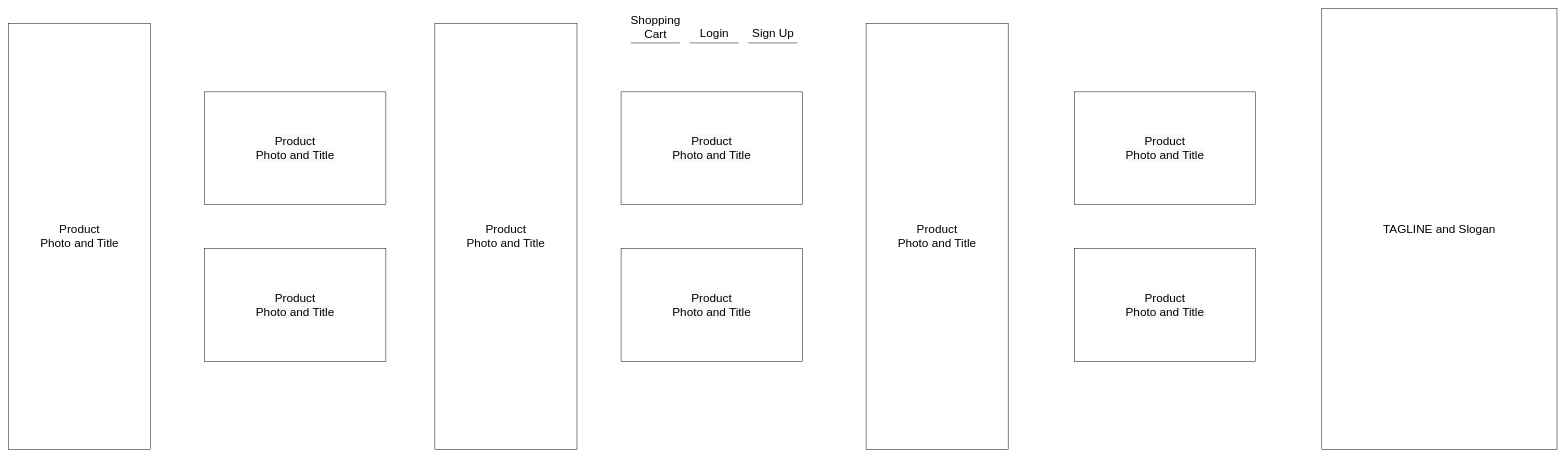
The draw.io diagram wireframe/9WalkingTrailsWireframe.drawio in timven2004/letsHike, before the edit. Source tidied: cells renumbered, new cells numbered last; positions are measured from the earlier drawing's top-left corner, leaving out a move shared by most shapes. Both pictures are drawn from the tidied source at 49%, with x=0, y=0 at pixel (8, 8).
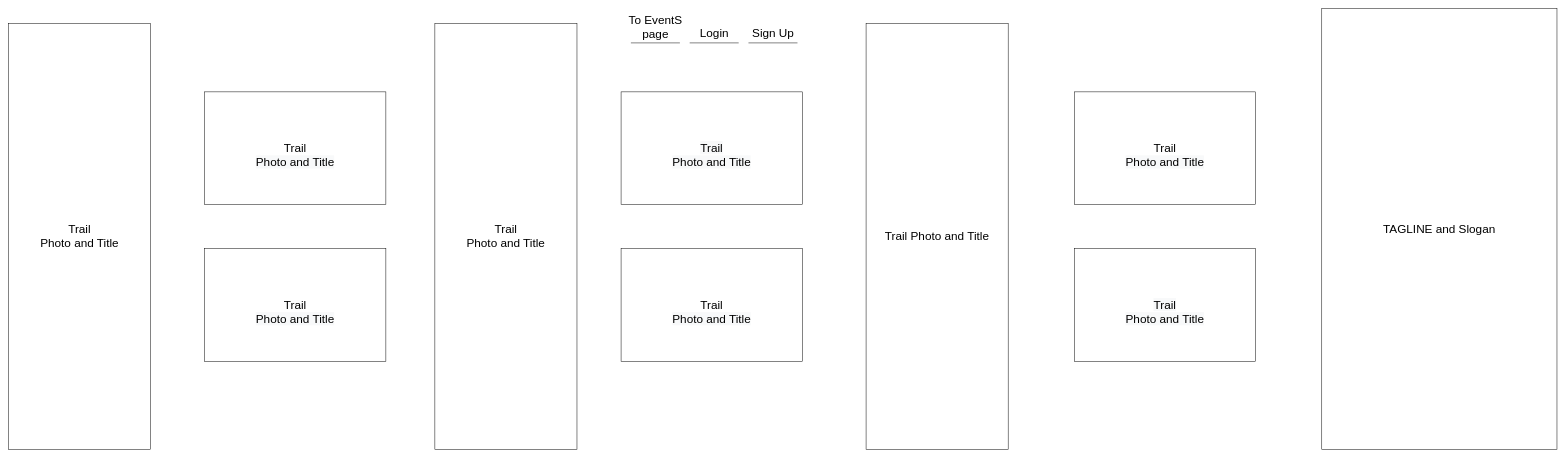
The same diagram, later.

Commit message (it also covers changes not shown here):
Usre Profile wireframe

Unchanged cells that the change refers to:
```xml
<mxCell id="14" style="endArrow=none;html=1;" parent="1" edge="1">
  <mxGeometry relative="1" as="geometry">
    <mxPoint x="1270" y="70" as="sourcePoint" />
    <mxPoint x="1370" y="70" as="targetPoint" />
  </mxGeometry>
</mxCell>
```

What changed in the source:
```diff
@@
-    <mxCell id="2" value="&lt;font style=&quot;font-size: 24px&quot;&gt;Product&lt;br&gt;Photo and Title&lt;/font&gt;" style="rounded=0;whiteSpace=wrap;html=1;" parent="1" vertex="1">
+    <mxCell id="2" value="&lt;font style=&quot;font-size: 24px&quot;&gt;Trail&lt;br&gt;Photo and Title&lt;/font&gt;" style="rounded=0;whiteSpace=wrap;html=1;" parent="1" vertex="1">
       <mxGeometry y="30" width="290" height="870" as="geometry" />
     </mxCell>
-    <mxCell id="3" value="&#10;&#10;&lt;span style=&quot;color: rgb(0, 0, 0); font-family: helvetica; font-size: 24px; font-style: normal; font-weight: 400; letter-spacing: normal; text-align: center; text-indent: 0px; text-transform: none; word-spacing: 0px; background-color: rgb(248, 249, 250); display: inline; float: none;&quot;&gt;Product&lt;/span&gt;&lt;br style=&quot;color: rgb(0, 0, 0); font-family: helvetica; font-size: 24px; font-style: normal; font-weight: 400; letter-spacing: normal; text-align: center; text-indent: 0px; text-transform: none; word-spacing: 0px; background-color: rgb(248, 249, 250);&quot;&gt;&lt;span style=&quot;color: rgb(0, 0, 0); font-family: helvetica; font-size: 24px; font-style: normal; font-weight: 400; letter-spacing: normal; text-align: center; text-indent: 0px; text-transform: none; word-spacing: 0px; background-color: rgb(248, 249, 250); display: inline; float: none;&quot;&gt;Photo and Title&lt;/span&gt;&#10;&#10;" style="rounded=0;whiteSpace=wrap;html=1;" parent="1" vertex="1">
+    <mxCell id="3" value="&lt;br&gt;&lt;br&gt;&lt;font face=&quot;helvetica&quot;&gt;&lt;span style=&quot;font-size: 24px&quot;&gt;Trail&lt;/span&gt;&lt;/font&gt;&lt;br style=&quot;color: rgb(0 , 0 , 0) ; font-family: &amp;#34;helvetica&amp;#34; ; font-size: 24px ; font-style: normal ; font-weight: 400 ; letter-spacing: normal ; text-align: center ; text-indent: 0px ; text-transform: none ; word-spacing: 0px ; background-color: rgb(248 , 249 , 250)&quot;&gt;&lt;span style=&quot;color: rgb(0 , 0 , 0) ; font-family: &amp;#34;helvetica&amp;#34; ; font-size: 24px ; font-style: normal ; font-weight: 400 ; letter-spacing: normal ; text-align: center ; text-indent: 0px ; text-transform: none ; word-spacing: 0px ; background-color: rgb(248 , 249 , 250) ; display: inline ; float: none&quot;&gt;Photo and Title&lt;/span&gt;&lt;br&gt;" style="rounded=0;whiteSpace=wrap;html=1;" parent="1" vertex="1">
       <mxGeometry x="400" y="170" width="370" height="230" as="geometry" />
     </mxCell>
-    <mxCell id="4" value="&#10;&#10;&lt;span style=&quot;color: rgb(0, 0, 0); font-family: helvetica; font-size: 24px; font-style: normal; font-weight: 400; letter-spacing: normal; text-align: center; text-indent: 0px; text-transform: none; word-spacing: 0px; background-color: rgb(248, 249, 250); display: inline; float: none;&quot;&gt;Product&lt;/span&gt;&lt;br style=&quot;color: rgb(0, 0, 0); font-family: helvetica; font-size: 24px; font-style: normal; font-weight: 400; letter-spacing: normal; text-align: center; text-indent: 0px; text-transform: none; word-spacing: 0px; background-color: rgb(248, 249, 250);&quot;&gt;&lt;span style=&quot;color: rgb(0, 0, 0); font-family: helvetica; font-size: 24px; font-style: normal; font-weight: 400; letter-spacing: normal; text-align: center; text-indent: 0px; text-transform: none; word-spacing: 0px; background-color: rgb(248, 249, 250); display: inline; float: none;&quot;&gt;Photo and Title&lt;/span&gt;&#10;&#10;" style="rounded=0;whiteSpace=wrap;html=1;" parent="1" vertex="1">
+    <mxCell id="4" value="&lt;br&gt;&lt;br&gt;&lt;font face=&quot;helvetica&quot;&gt;&lt;span style=&quot;font-size: 24px&quot;&gt;Trail&lt;/span&gt;&lt;/font&gt;&lt;br style=&quot;color: rgb(0 , 0 , 0) ; font-family: &amp;#34;helvetica&amp;#34; ; font-size: 24px ; font-style: normal ; font-weight: 400 ; letter-spacing: normal ; text-align: center ; text-indent: 0px ; text-transform: none ; word-spacing: 0px ; background-color: rgb(248 , 249 , 250)&quot;&gt;&lt;span style=&quot;color: rgb(0 , 0 , 0) ; font-family: &amp;#34;helvetica&amp;#34; ; font-size: 24px ; font-style: normal ; font-weight: 400 ; letter-spacing: normal ; text-align: center ; text-indent: 0px ; text-transform: none ; word-spacing: 0px ; background-color: rgb(248 , 249 , 250) ; display: inline ; float: none&quot;&gt;Photo and Title&lt;/span&gt;&lt;br&gt;" style="rounded=0;whiteSpace=wrap;html=1;" parent="1" vertex="1">
       <mxGeometry x="400" y="490" width="370" height="230" as="geometry" />
     </mxCell>
-    <mxCell id="5" value="&lt;font style=&quot;font-size: 24px&quot;&gt;Product&lt;br&gt;Photo and Title&lt;/font&gt;" style="rounded=0;whiteSpace=wrap;html=1;" parent="1" vertex="1">
+    <mxCell id="5" value="&lt;font style=&quot;font-size: 24px&quot;&gt;Trail&lt;br&gt;Photo and Title&lt;/font&gt;" style="rounded=0;whiteSpace=wrap;html=1;" parent="1" vertex="1">
       <mxGeometry x="870" y="30" width="290" height="870" as="geometry" />
     </mxCell>
-    <mxCell id="6" value="&#10;&#10;&lt;span style=&quot;color: rgb(0, 0, 0); font-family: helvetica; font-size: 24px; font-style: normal; font-weight: 400; letter-spacing: normal; text-align: center; text-indent: 0px; text-transform: none; word-spacing: 0px; background-color: rgb(248, 249, 250); display: inline; float: none;&quot;&gt;Product&lt;/span&gt;&lt;br style=&quot;color: rgb(0, 0, 0); font-family: helvetica; font-size: 24px; font-style: normal; font-weight: 400; letter-spacing: normal; text-align: center; text-indent: 0px; text-transform: none; word-spacing: 0px; background-color: rgb(248, 249, 250);&quot;&gt;&lt;span style=&quot;color: rgb(0, 0, 0); font-family: helvetica; font-size: 24px; font-style: normal; font-weight: 400; letter-spacing: normal; text-align: center; text-indent: 0px; text-transform: none; word-spacing: 0px; background-color: rgb(248, 249, 250); display: inline; float: none;&quot;&gt;Photo and Title&lt;/span&gt;&#10;&#10;" style="rounded=0;whiteSpace=wrap;html=1;" parent="1" vertex="1">
+    <mxCell id="6" value="&lt;br&gt;&lt;br&gt;&lt;font face=&quot;helvetica&quot;&gt;&lt;span style=&quot;font-size: 24px&quot;&gt;Trail&lt;/span&gt;&lt;/font&gt;&lt;br style=&quot;color: rgb(0 , 0 , 0) ; font-family: &amp;#34;helvetica&amp;#34; ; font-size: 24px ; font-style: normal ; font-weight: 400 ; letter-spacing: normal ; text-align: center ; text-indent: 0px ; text-transform: none ; word-spacing: 0px ; background-color: rgb(248 , 249 , 250)&quot;&gt;&lt;span style=&quot;color: rgb(0 , 0 , 0) ; font-family: &amp;#34;helvetica&amp;#34; ; font-size: 24px ; font-style: normal ; font-weight: 400 ; letter-spacing: normal ; text-align: center ; text-indent: 0px ; text-transform: none ; word-spacing: 0px ; background-color: rgb(248 , 249 , 250) ; display: inline ; float: none&quot;&gt;Photo and Title&lt;/span&gt;&lt;br&gt;" style="rounded=0;whiteSpace=wrap;html=1;" parent="1" vertex="1">
       <mxGeometry x="1250" y="490" width="370" height="230" as="geometry" />
     </mxCell>
-    <mxCell id="7" value="&#10;&#10;&lt;span style=&quot;color: rgb(0, 0, 0); font-family: helvetica; font-size: 24px; font-style: normal; font-weight: 400; letter-spacing: normal; text-align: center; text-indent: 0px; text-transform: none; word-spacing: 0px; background-color: rgb(248, 249, 250); display: inline; float: none;&quot;&gt;Product&lt;/span&gt;&lt;br style=&quot;color: rgb(0, 0, 0); font-family: helvetica; font-size: 24px; font-style: normal; font-weight: 400; letter-spacing: normal; text-align: center; text-indent: 0px; text-transform: none; word-spacing: 0px; background-color: rgb(248, 249, 250);&quot;&gt;&lt;span style=&quot;color: rgb(0, 0, 0); font-family: helvetica; font-size: 24px; font-style: normal; font-weight: 400; letter-spacing: normal; text-align: center; text-indent: 0px; text-transform: none; word-spacing: 0px; background-color: rgb(248, 249, 250); display: inline; float: none;&quot;&gt;Photo and Title&lt;/span&gt;&#10;&#10;" style="rounded=0;whiteSpace=wrap;html=1;" parent="1" vertex="1">
+    <mxCell id="7" value="&lt;br&gt;&lt;br&gt;&lt;span style=&quot;color: rgb(0 , 0 , 0) ; font-family: &amp;#34;helvetica&amp;#34; ; font-size: 24px ; font-style: normal ; font-weight: 400 ; letter-spacing: normal ; text-align: center ; text-indent: 0px ; text-transform: none ; word-spacing: 0px ; background-color: rgb(248 , 249 , 250) ; display: inline ; float: none&quot;&gt;Trail&lt;br&gt;Photo and Title&lt;/span&gt;&lt;br&gt;" style="rounded=0;whiteSpace=wrap;html=1;" parent="1" vertex="1">
       <mxGeometry x="1250" y="170" width="370" height="230" as="geometry" />
     </mxCell>
-    <mxCell id="8" value="&lt;font style=&quot;font-size: 24px&quot;&gt;Product&lt;br&gt;Photo and Title&lt;/font&gt;" style="rounded=0;whiteSpace=wrap;html=1;" parent="1" vertex="1">
+    <mxCell id="8" value="&lt;font style=&quot;font-size: 24px&quot;&gt;Trail Photo and Title&lt;/font&gt;" style="rounded=0;whiteSpace=wrap;html=1;" parent="1" vertex="1">
       <mxGeometry x="1750" y="30" width="290" height="870" as="geometry" />
     </mxCell>
-    <mxCell id="9" value="&#10;&#10;&lt;span style=&quot;color: rgb(0, 0, 0); font-family: helvetica; font-size: 24px; font-style: normal; font-weight: 400; letter-spacing: normal; text-align: center; text-indent: 0px; text-transform: none; word-spacing: 0px; background-color: rgb(248, 249, 250); display: inline; float: none;&quot;&gt;Product&lt;/span&gt;&lt;br style=&quot;color: rgb(0, 0, 0); font-family: helvetica; font-size: 24px; font-style: normal; font-weight: 400; letter-spacing: normal; text-align: center; text-indent: 0px; text-transform: none; word-spacing: 0px; background-color: rgb(248, 249, 250);&quot;&gt;&lt;span style=&quot;color: rgb(0, 0, 0); font-family: helvetica; font-size: 24px; font-style: normal; font-weight: 400; letter-spacing: normal; text-align: center; text-indent: 0px; text-transform: none; word-spacing: 0px; background-color: rgb(248, 249, 250); display: inline; float: none;&quot;&gt;Photo and Title&lt;/span&gt;&#10;&#10;" style="rounded=0;whiteSpace=wrap;html=1;" parent="1" vertex="1">
+    <mxCell id="9" value="&lt;br&gt;&lt;br&gt;&lt;font face=&quot;helvetica&quot;&gt;&lt;span style=&quot;font-size: 24px&quot;&gt;Trail&lt;/span&gt;&lt;/font&gt;&lt;br style=&quot;color: rgb(0 , 0 , 0) ; font-family: &amp;#34;helvetica&amp;#34; ; font-size: 24px ; font-style: normal ; font-weight: 400 ; letter-spacing: normal ; text-align: center ; text-indent: 0px ; text-transform: none ; word-spacing: 0px ; background-color: rgb(248 , 249 , 250)&quot;&gt;&lt;span style=&quot;color: rgb(0 , 0 , 0) ; font-family: &amp;#34;helvetica&amp;#34; ; font-size: 24px ; font-style: normal ; font-weight: 400 ; letter-spacing: normal ; text-align: center ; text-indent: 0px ; text-transform: none ; word-spacing: 0px ; background-color: rgb(248 , 249 , 250) ; display: inline ; float: none&quot;&gt;Photo and Title&lt;/span&gt;&lt;br&gt;" style="rounded=0;whiteSpace=wrap;html=1;" parent="1" vertex="1">
       <mxGeometry x="2175" y="170" width="370" height="230" as="geometry" />
     </mxCell>
-    <mxCell id="10" value="&#10;&#10;&lt;span style=&quot;color: rgb(0, 0, 0); font-family: helvetica; font-size: 24px; font-style: normal; font-weight: 400; letter-spacing: normal; text-align: center; text-indent: 0px; text-transform: none; word-spacing: 0px; background-color: rgb(248, 249, 250); display: inline; float: none;&quot;&gt;Product&lt;/span&gt;&lt;br style=&quot;color: rgb(0, 0, 0); font-family: helvetica; font-size: 24px; font-style: normal; font-weight: 400; letter-spacing: normal; text-align: center; text-indent: 0px; text-transform: none; word-spacing: 0px; background-color: rgb(248, 249, 250);&quot;&gt;&lt;span style=&quot;color: rgb(0, 0, 0); font-family: helvetica; font-size: 24px; font-style: normal; font-weight: 400; letter-spacing: normal; text-align: center; text-indent: 0px; text-transform: none; word-spacing: 0px; background-color: rgb(248, 249, 250); display: inline; float: none;&quot;&gt;Photo and Title&lt;/span&gt;&#10;&#10;" style="rounded=0;whiteSpace=wrap;html=1;" parent="1" vertex="1">
+    <mxCell id="10" value="&lt;br&gt;&lt;br&gt;&lt;span style=&quot;color: rgb(0 , 0 , 0) ; font-family: &amp;#34;helvetica&amp;#34; ; font-size: 24px ; font-style: normal ; font-weight: 400 ; letter-spacing: normal ; text-align: center ; text-indent: 0px ; text-transform: none ; word-spacing: 0px ; background-color: rgb(248 , 249 , 250) ; display: inline ; float: none&quot;&gt;Trail&lt;/span&gt;&lt;br style=&quot;color: rgb(0 , 0 , 0) ; font-family: &amp;#34;helvetica&amp;#34; ; font-size: 24px ; font-style: normal ; font-weight: 400 ; letter-spacing: normal ; text-align: center ; text-indent: 0px ; text-transform: none ; word-spacing: 0px ; background-color: rgb(248 , 249 , 250)&quot;&gt;&lt;span style=&quot;color: rgb(0 , 0 , 0) ; font-family: &amp;#34;helvetica&amp;#34; ; font-size: 24px ; font-style: normal ; font-weight: 400 ; letter-spacing: normal ; text-align: center ; text-indent: 0px ; text-transform: none ; word-spacing: 0px ; background-color: rgb(248 , 249 , 250) ; display: inline ; float: none&quot;&gt;Photo and Title&lt;/span&gt;&lt;br&gt;" style="rounded=0;whiteSpace=wrap;html=1;" parent="1" vertex="1">
       <mxGeometry x="2175" y="490" width="370" height="230" as="geometry" />
     </mxCell>
@@
-    <mxCell id="15" value="&lt;span style=&quot;font-size: 24px&quot;&gt;Shopping&lt;br&gt;Cart&lt;br&gt;&lt;/span&gt;" style="edgeLabel;html=1;align=center;verticalAlign=middle;" parent="14" vertex="1">
+    <mxCell id="15" value="&lt;span style=&quot;font-size: 24px&quot;&gt;To EventS &lt;br&gt;page&lt;br&gt;&lt;/span&gt;" style="edgeLabel;html=1;align=center;verticalAlign=middle;" parent="14" vertex="1">
       <mxGeometry x="-0.39" y="-3" relative="1" as="geometry">
         <mxPoint x="18" y="-36" as="offset" />
       </mxGeometry>
     </mxCell>
```
